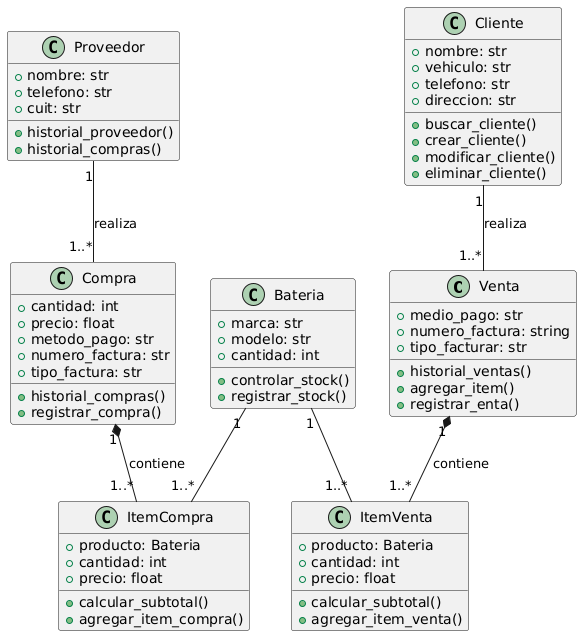
Above: Diagrama de clases/Diagrama de clases.png in EmanuelMonella/baterias (PlantUML), before the change. The source it was exported from:
```plantuml
@startuml
class Venta {
  + medio_pago: str
  + numero_factura: string
  + tipo_facturar: str
  + historial_ventas()
  + agregar_item()
  + registrar_enta()
}

class Bateria {
  + marca: str
  + modelo: str
  + cantidad: int
  + controlar_stock()
  + registrar_stock()
}

class ItemCompra {
  + producto: Bateria
  + cantidad: int
  + precio: float
  + calcular_subtotal()
  + agregar_item_compra()
}

class Cliente {
  + nombre: str
  + vehiculo: str
  + telefono: str
  + direccion: str
  + buscar_cliente()
  + crear_cliente()
  + modificar_cliente()
  + eliminar_cliente()
}

class Compra {
  + cantidad: int
  + precio: float
  + metodo_pago: str
  + numero_factura: str
  + tipo_factura: str
  + historial_compras()
  + registrar_compra()
}

class Proveedor {
  + nombre: str
  + telefono: str
  + cuit: str
  + historial_proveedor()
  + historial_compras()
}

class ItemVenta {
  + producto: Bateria
  + cantidad: int
  + precio: float
  + calcular_subtotal()
  + agregar_item_venta()
}

Venta "1" *-- "1..*" ItemVenta : contiene
Compra "1" *-- "1..*" ItemCompra : contiene
Bateria "1" -- "1..*" ItemCompra
Bateria "1" -- "1..*" ItemVenta
Cliente "1" -- "1..*" Venta : realiza
Proveedor "1" -- "1..*" Compra : realiza
@enduml
```
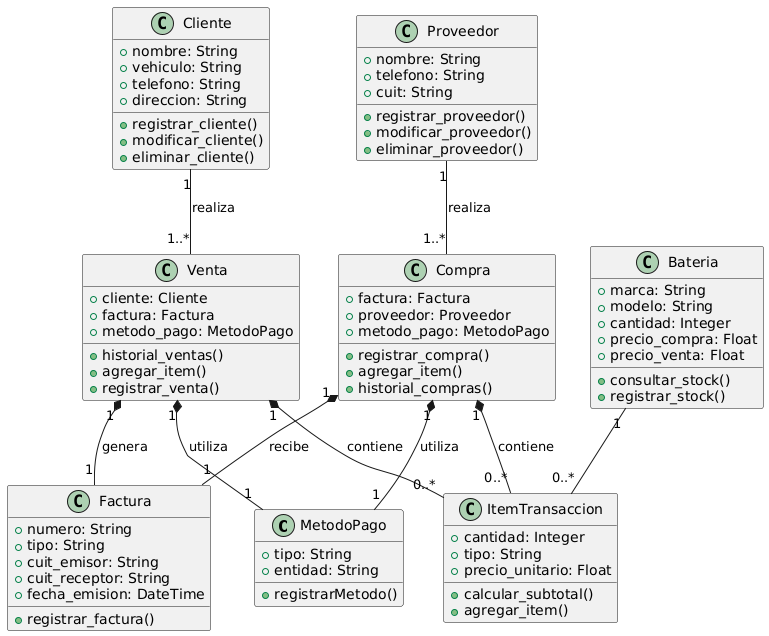
After the change.

What changed in the source:
```diff
@@ -1,70 +1,82 @@
 @startuml
+class MetodoPago {
+  + tipo: String
+  + entidad: String
+  + registrarMetodo()
+}
+
+class Factura {
+  + numero: String
+  + tipo: String
+  + cuit_emisor: String
+  + cuit_receptor: String
+  + fecha_emision: DateTime
+  + registrar_factura()
+}
+
 class Venta {
-  + medio_pago: str
-  + numero_factura: string
-  + tipo_facturar: str
+  + cliente: Cliente
+  + factura: Factura
+  + metodo_pago: MetodoPago
   + historial_ventas()
   + agregar_item()
-  + registrar_enta()
+  + registrar_venta()
 }
 
+class Compra {
+  + factura: Factura
+  + proveedor: Proveedor
+  + metodo_pago: MetodoPago
+  + registrar_compra()
+  + agregar_item()
+  + historial_compras()
+}
+
+Venta "1" *-- "1" Factura : genera
+Venta "1" *-- "1" MetodoPago : utiliza
+Compra "1" *-- "1" Factura : recibe
+Compra "1" *-- "1" MetodoPago : utiliza
+
 class Bateria {
-  + marca: str
-  + modelo: str
-  + cantidad: int
-  + controlar_stock()
+  + marca: String
+  + modelo: String
+  + cantidad: Integer
+  + precio_compra: Float
+  + precio_venta: Float
+  + consultar_stock()
   + registrar_stock()
 }
 
-class ItemCompra {
-  + producto: Bateria
-  + cantidad: int
-  + precio: float
+class ItemTransaccion {
+  + cantidad: Integer
+  + tipo: String
+  + precio_unitario: Float
   + calcular_subtotal()
-  + agregar_item_compra()
+  + agregar_item()
 }
 
 class Cliente {
-  + nombre: str
-  + vehiculo: str
-  + telefono: str
-  + direccion: str
-  + buscar_cliente()
-  + crear_cliente()
+  + nombre: String
+  + vehiculo: String
+  + telefono: String
+  + direccion: String
+  + registrar_cliente()
   + modificar_cliente()
   + eliminar_cliente()
 }
 
-class Compra {
-  + cantidad: int
-  + precio: float
-  + metodo_pago: str
-  + numero_factura: str
-  + tipo_factura: str
-  + historial_compras()
-  + registrar_compra()
+class Proveedor {
+  + nombre: String
+  + telefono: String
+  + cuit: String
+  + registrar_proveedor()
+  + modificar_proveedor()
+  + eliminar_proveedor()
 }
 
-class Proveedor {
-  + nombre: str
-  + telefono: str
-  + cuit: str
-  + historial_proveedor()
-  + historial_compras()
-}
-
-class ItemVenta {
-  + producto: Bateria
-  + cantidad: int
-  + precio: float
-  + calcular_subtotal()
-  + agregar_item_venta()
-}
-
-Venta "1" *-- "1..*" ItemVenta : contiene
-Compra "1" *-- "1..*" ItemCompra : contiene
-Bateria "1" -- "1..*" ItemCompra
-Bateria "1" -- "1..*" ItemVenta
+Venta "1" *-- "0..*" ItemTransaccion : contiene
+Compra "1" *-- "0..*" ItemTransaccion : contiene
+Bateria "1" -- "0..*" ItemTransaccion
 Cliente "1" -- "1..*" Venta : realiza
 Proveedor "1" -- "1..*" Compra : realiza
 @enduml
```
